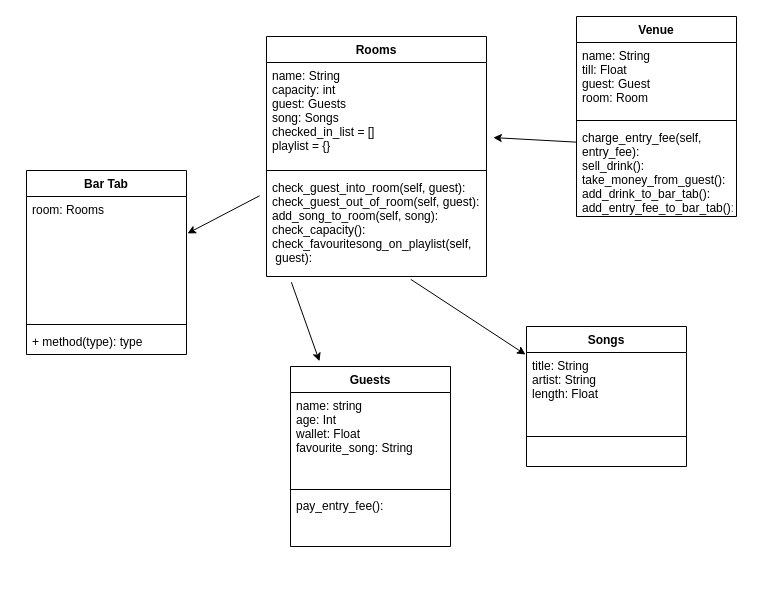
The draw.io diagram Weekend2_homework.drawio in emmDevs/weekend2_homework, before the edit. Source tidied: cells renumbered, new cells numbered last; positions are measured from the earlier drawing's top-left corner, leaving out a move shared by most shapes. Both pictures are drawn from the tidied source at 100%, with x=0, y=0 at pixel (26, 16).
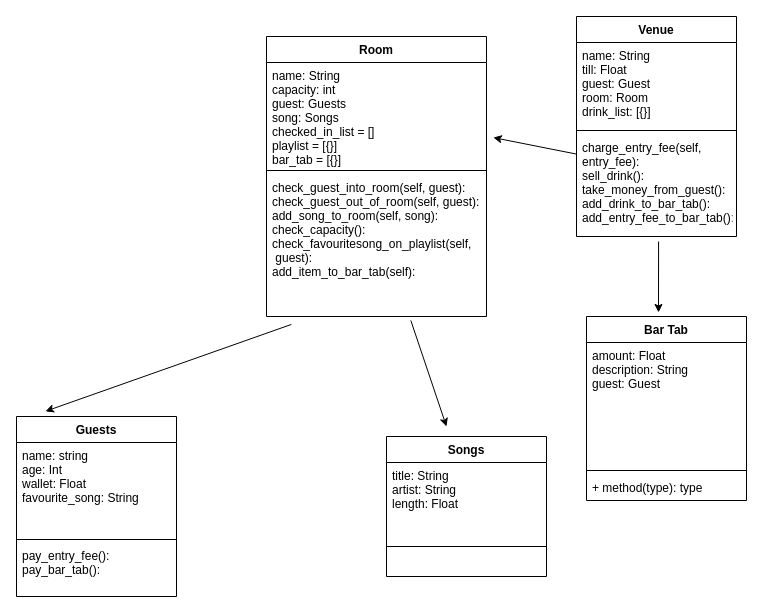
Above is the later version.

Commit message (it also covers changes not shown here):
added bar tab class and test check venue has a bar tab passed

Unchanged cells that the change refers to:
```xml
<mxCell id="23" value="title: String&#10;artist: String&#10;length: Float" style="text;strokeColor=none;fillColor=none;align=left;verticalAlign=top;spacingLeft=4;spacingRight=4;overflow=hidden;points=[[0,0.5],[1,0.5]];portConstraint=eastwest;" parent="22" vertex="1">
  <mxGeometry y="26" width="160" height="54" as="geometry" />
</mxCell>
```

Change to the diagram source:
```diff
@@
-    <mxCell id="3" style="endArrow=classic;html=1;exitX=0.656;exitY=1.028;exitDx=0;exitDy=0;exitPerimeter=0;entryX=-0.006;entryY=0.038;entryDx=0;entryDy=0;entryPerimeter=0;" parent="1" edge="1" source="12" target="23">
-      <mxGeometry relative="1" as="geometry" />
+    <mxCell id="3" style="endArrow=classic;html=1;exitX=0.656;exitY=1.028;exitDx=0;exitDy=0;exitPerimeter=0;" parent="1" edge="1" source="12">
+      <mxGeometry relative="1" as="geometry">
+        <mxPoint x="420" y="410" as="targetPoint" />
+      </mxGeometry>
     </mxCell>
@@
     <mxCell id="5" value="Venue" style="swimlane;fontStyle=1;align=center;verticalAlign=top;horizontal=1;startSize=26;" parent="1" vertex="1">
-      <mxGeometry x="550" width="160" height="200" as="geometry" />
+      <mxGeometry x="550" width="160" height="220" as="geometry" />
     </mxCell>
-    <mxCell id="6" value="name: String&#10;till: Float&#10;guest: Guest&#10;room: Room" style="text;strokeColor=none;fillColor=none;align=left;verticalAlign=top;spacingLeft=4;spacingRight=4;overflow=hidden;" parent="5" vertex="1">
-      <mxGeometry y="26" width="160" height="74" as="geometry" />
+    <mxCell id="6" value="name: String&#10;till: Float&#10;guest: Guest&#10;room: Room&#10;drink_list: [{}]" style="text;strokeColor=none;fillColor=none;align=left;verticalAlign=top;spacingLeft=4;spacingRight=4;overflow=hidden;" parent="5" vertex="1">
+      <mxGeometry y="26" width="160" height="84" as="geometry" />
     </mxCell>
     <mxCell id="7" style="line;strokeWidth=1;fillColor=none;align=left;verticalAlign=middle;spacingTop=-1;spacingLeft=3;spacingRight=3;labelPosition=right;" parent="5" vertex="1">
-      <mxGeometry y="100" width="160" height="8" as="geometry" />
+      <mxGeometry y="110" width="160" height="8" as="geometry" />
     </mxCell>
     <mxCell id="8" value="charge_entry_fee(self, &#10;entry_fee):&#10;sell_drink():&#10;take_money_from_guest():&#10;add_drink_to_bar_tab():&#10;add_entry_fee_to_bar_tab():" style="text;strokeColor=none;fillColor=none;align=left;verticalAlign=top;spacingLeft=4;spacingRight=4;overflow=hidden;points=[[0,0.5],[1,0.5]];portConstraint=eastwest;" parent="5" vertex="1">
-      <mxGeometry y="108" width="160" height="92" as="geometry" />
+      <mxGeometry y="118" width="160" height="102" as="geometry" />
     </mxCell>
-    <mxCell id="9" value="Rooms" style="swimlane;fontStyle=1;align=center;verticalAlign=top;horizontal=1;startSize=26;" parent="1" vertex="1">
-      <mxGeometry x="240" y="20" width="220" height="240" as="geometry" />
+    <mxCell id="9" value="Room" style="swimlane;fontStyle=1;align=center;verticalAlign=top;horizontal=1;startSize=26;" parent="1" vertex="1">
+      <mxGeometry x="240" y="20" width="220" height="280" as="geometry" />
     </mxCell>
-    <mxCell id="10" value="name: String&#10;capacity: int&#10;guest: Guests&#10;song: Songs&#10;checked_in_list = []&#10;playlist = {}" style="text;strokeColor=none;fillColor=none;align=left;verticalAlign=top;spacingLeft=4;spacingRight=4;overflow=hidden;points=[[0,0.5],[1,0.5]];portConstraint=eastwest;" parent="9" vertex="1">
+    <mxCell id="10" value="name: String&#10;capacity: int&#10;guest: Guests&#10;song: Songs&#10;checked_in_list = []&#10;playlist = [{}]&#10;bar_tab = [{}]" style="text;strokeColor=none;fillColor=none;align=left;verticalAlign=top;spacingLeft=4;spacingRight=4;overflow=hidden;points=[[0,0.5],[1,0.5]];portConstraint=eastwest;" parent="9" vertex="1">
       <mxGeometry y="26" width="220" height="104" as="geometry" />
     </mxCell>
@@
-    <mxCell id="12" value="check_guest_into_room(self, guest):&#10;check_guest_out_of_room(self, guest):&#10;add_song_to_room(self, song):&#10;check_capacity():&#10;check_favouritesong_on_playlist(self,&#10; guest):" style="text;strokeColor=none;fillColor=none;align=left;verticalAlign=top;spacingLeft=4;spacingRight=4;overflow=hidden;points=[[0,0.5],[1,0.5]];portConstraint=eastwest;" parent="9" vertex="1">
-      <mxGeometry y="138" width="220" height="102" as="geometry" />
+    <mxCell id="12" value="check_guest_into_room(self, guest):&#10;check_guest_out_of_room(self, guest):&#10;add_song_to_room(self, song):&#10;check_capacity():&#10;check_favouritesong_on_playlist(self,&#10; guest):&#10;add_item_to_bar_tab(self):" style="text;strokeColor=none;fillColor=none;align=left;verticalAlign=top;spacingLeft=4;spacingRight=4;overflow=hidden;points=[[0,0.5],[1,0.5]];portConstraint=eastwest;" parent="9" vertex="1">
+      <mxGeometry y="138" width="220" height="142" as="geometry" />
     </mxCell>
     <mxCell id="13" value="Guests" style="swimlane;fontStyle=1;align=center;verticalAlign=top;horizontal=1;startSize=26;" parent="1" vertex="1">
-      <mxGeometry x="264" y="350" width="160" height="180" as="geometry" />
+      <mxGeometry x="-10" y="400" width="160" height="180" as="geometry" />
     </mxCell>
@@
-    <mxCell id="16" value="pay_entry_fee():&#10;" style="text;strokeColor=none;fillColor=none;align=left;verticalAlign=top;spacingLeft=4;spacingRight=4;overflow=hidden;" parent="13" vertex="1">
+    <mxCell id="16" value="pay_entry_fee():&#10;pay_bar_tab():" style="text;strokeColor=none;fillColor=none;align=left;verticalAlign=top;spacingLeft=4;spacingRight=4;overflow=hidden;" parent="13" vertex="1">
       <mxGeometry y="126" width="160" height="54" as="geometry" />
     </mxCell>
     <mxCell id="17" value="Bar Tab" style="swimlane;fontStyle=1;align=center;verticalAlign=top;horizontal=1;startSize=26;" parent="1" vertex="1">
-      <mxGeometry y="154" width="160" height="184" as="geometry" />
+      <mxGeometry x="560" y="300" width="160" height="184" as="geometry" />
     </mxCell>
-    <mxCell id="18" value="room: Rooms&#10;" style="text;strokeColor=none;fillColor=none;align=left;verticalAlign=top;spacingLeft=4;spacingRight=4;overflow=hidden;points=[[0,0.5],[1,0.5]];portConstraint=eastwest;" parent="17" vertex="1">
+    <mxCell id="18" value="amount: Float&#10;description: String&#10;guest: Guest&#10;" style="text;strokeColor=none;fillColor=none;align=left;verticalAlign=top;spacingLeft=4;spacingRight=4;overflow=hidden;points=[[0,0.5],[1,0.5]];portConstraint=eastwest;" parent="17" vertex="1">
       <mxGeometry y="26" width="160" height="124" as="geometry" />
     </mxCell>
@@
-    <mxCell id="21" style="endArrow=classic;html=1;entryX=1.006;entryY=0.298;entryDx=0;entryDy=0;entryPerimeter=0;exitX=-0.031;exitY=0.208;exitDx=0;exitDy=0;exitPerimeter=0;" parent="1" edge="1" source="12" target="18">
-      <mxGeometry relative="1" as="geometry" />
-    </mxCell>
+    <mxCell id="25" style="endArrow=classic;html=1;entryX=0.45;entryY=-0.022;entryDx=0;entryDy=0;entryPerimeter=0;exitX=0.513;exitY=1.049;exitDx=0;exitDy=0;exitPerimeter=0;" parent="1" edge="1" source="8" target="17">
+      <mxGeometry relative="1" as="geometry" />
+    </mxCell>
     <mxCell id="22" value="Songs" style="swimlane;fontStyle=1;align=center;verticalAlign=top;horizontal=1;startSize=26;" parent="1" vertex="1">
-      <mxGeometry x="500" y="310" width="160" height="140" as="geometry" />
+      <mxGeometry x="360" y="420" width="160" height="140" as="geometry" />
     </mxCell>
```
